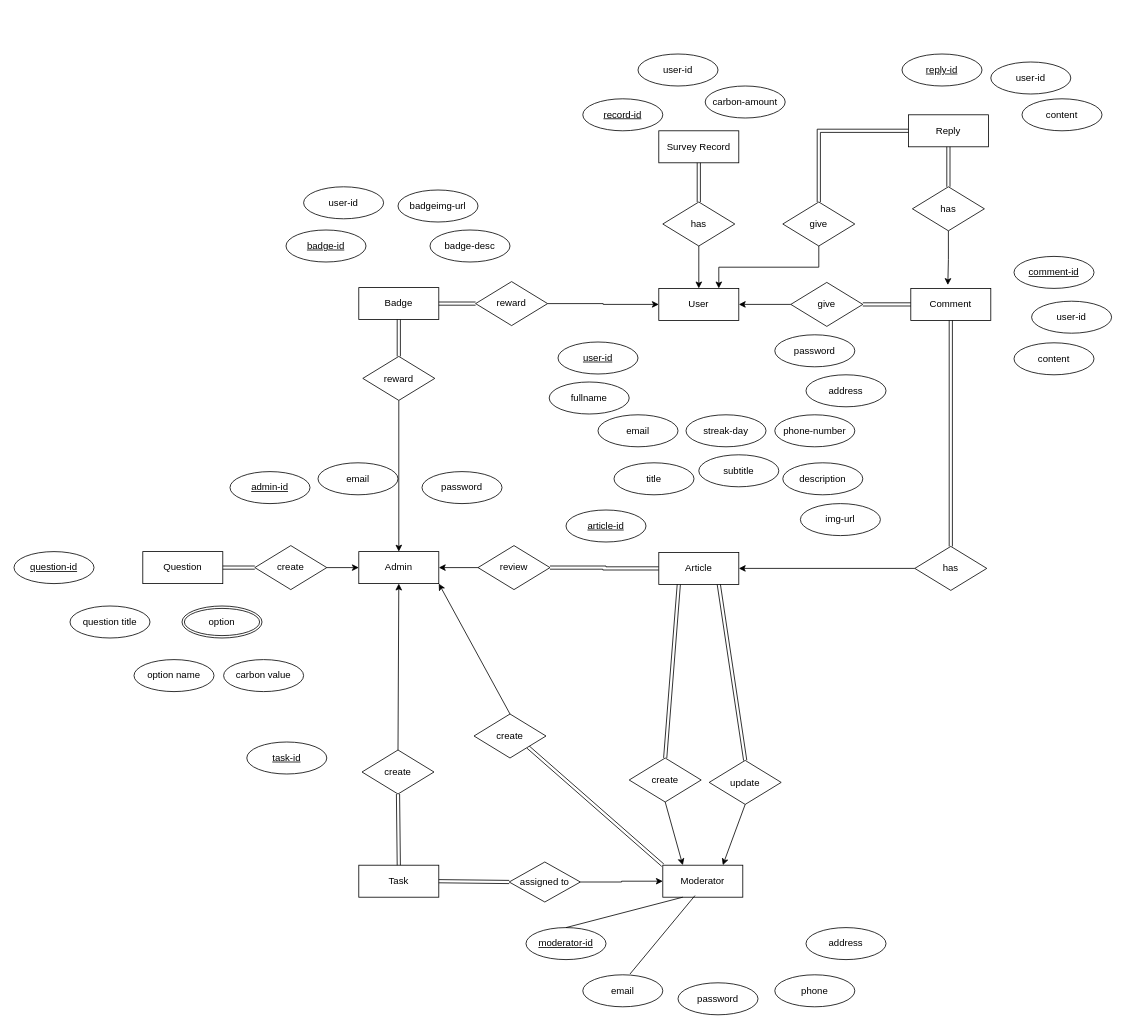
This is carbonTracker.drawio from NoelPOS/carbon-tracker, a draw.io file, before an edit. Source tidied: cells renumbered, new cells numbered last; positions are measured from the earlier drawing's top-left corner, leaving out a move shared by most shapes. Both pictures are drawn from the tidied source at 80%, with x=0, y=0 at pixel (14, 54).
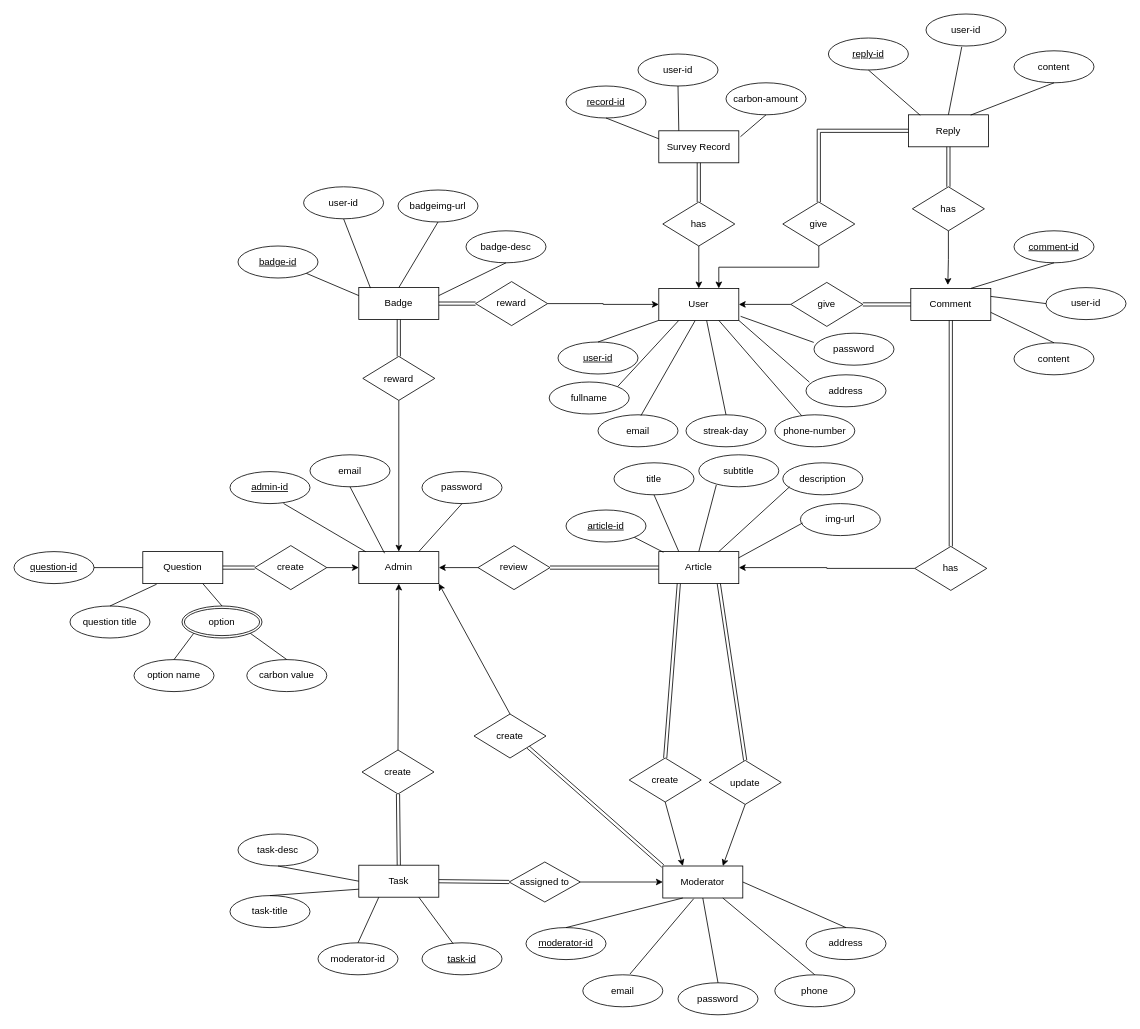
The same page after the edit.

The change refers to these unchanged cells:
```xml
<mxCell id="2" value="Admin" style="whiteSpace=wrap;html=1;align=center;" parent="1" vertex="1">
<mxCell id="3" value="Question" style="whiteSpace=wrap;html=1;align=center;" parent="1" vertex="1">
<mxCell id="8" value="Task" style="whiteSpace=wrap;html=1;align=center;" parent="1" vertex="1">
<mxCell id="28" value="Badge" style="whiteSpace=wrap;html=1;align=center;" parent="1" vertex="1">
<mxCell id="30" value="User" style="whiteSpace=wrap;html=1;align=center;" parent="1" vertex="1">
<mxCell id="34" value="Survey Record" style="whiteSpace=wrap;html=1;align=center;" parent="1" vertex="1">
<mxCell id="38" value="Comment" style="whiteSpace=wrap;html=1;align=center;" parent="1" vertex="1">
<mxCell id="45" value="Reply" style="whiteSpace=wrap;html=1;align=center;" parent="1" vertex="1">
<mxCell id="54" value="question-id" style="ellipse;whiteSpace=wrap;html=1;align=center;fontStyle=4;" parent="1" vertex="1">
<mxCell id="55" value="article-id" style="ellipse;whiteSpace=wrap;html=1;align=center;fontStyle=4;" parent="1" vertex="1">
<mxCell id="59" value="user-id" style="ellipse;whiteSpace=wrap;html=1;align=center;fontStyle=4;" parent="1" vertex="1">
<mxCell id="61" value="admin-id" style="ellipse;whiteSpace=wrap;html=1;align=center;fontStyle=4;" parent="1" vertex="1">
<mxCell id="63" value="address" style="ellipse;whiteSpace=wrap;html=1;align=center;" parent="1" vertex="1">
<mxCell id="65" value="fullname" style="ellipse;whiteSpace=wrap;html=1;align=center;" parent="1" vertex="1">
<mxCell id="66" value="email" style="ellipse;whiteSpace=wrap;html=1;align=center;" parent="1" vertex="1">
<mxCell id="68" value="title" style="ellipse;whiteSpace=wrap;html=1;align=center;" parent="1" vertex="1">
<mxCell id="69" value="subtitle" style="ellipse;whiteSpace=wrap;html=1;align=center;" parent="1" vertex="1">
<mxCell id="70" value="description" style="ellipse;whiteSpace=wrap;html=1;align=center;" parent="1" vertex="1">
<mxCell id="71" value="img-url" style="ellipse;whiteSpace=wrap;html=1;align=center;" parent="1" vertex="1">
<mxCell id="72" value="address" style="ellipse;whiteSpace=wrap;html=1;align=center;" parent="1" vertex="1">
<mxCell id="73" value="question title" style="ellipse;whiteSpace=wrap;html=1;align=center;" parent="1" vertex="1">
<mxCell id="74" value="option" style="ellipse;shape=doubleEllipse;margin=3;whiteSpace=wrap;html=1;align=center;" parent="1" vertex="1">
<mxCell id="75" value="option name" style="ellipse;whiteSpace=wrap;html=1;align=center;" parent="1" vertex="1">
<mxCell id="77" value="phone-number" style="ellipse;whiteSpace=wrap;html=1;align=center;" parent="1" vertex="1">
<mxCell id="78" value="streak-day" style="ellipse;whiteSpace=wrap;html=1;align=center;" parent="1" vertex="1">
<mxCell id="79" value="password" style="ellipse;whiteSpace=wrap;html=1;align=center;" parent="1" vertex="1">
<mxCell id="80" value="phone" style="ellipse;whiteSpace=wrap;html=1;align=center;" parent="1" vertex="1">
<mxCell id="85" value="password" style="ellipse;whiteSpace=wrap;html=1;align=center;" parent="1" vertex="1">
<mxCell id="88" value="content" style="ellipse;whiteSpace=wrap;html=1;align=center;" parent="1" vertex="1">
<mxCell id="91" value="user-id" style="ellipse;whiteSpace=wrap;html=1;align=center;" parent="1" vertex="1">
<mxCell id="94" value="badgeimg-url" style="ellipse;whiteSpace=wrap;html=1;align=center;" parent="1" vertex="1">
<mxCell id="95" value="user-id" style="ellipse;whiteSpace=wrap;html=1;align=center;" parent="1" vertex="1">
```

What changed in the source:
```diff
@@
     <mxCell id="13" value="Article" style="whiteSpace=wrap;html=1;align=center;" parent="1" vertex="1">
-      <mxGeometry x="806" y="623" width="100" height="40" as="geometry" />
+      <mxGeometry x="806" y="622" width="100" height="40" as="geometry" />
     </mxCell>
@@
     <mxCell id="16" value="Moderator" style="whiteSpace=wrap;html=1;align=center;" parent="1" vertex="1">
-      <mxGeometry x="811" y="1014" width="100" height="40" as="geometry" />
+      <mxGeometry x="811" y="1015" width="100" height="40" as="geometry" />
     </mxCell>
@@
     <mxCell id="53" value="task-id" style="ellipse;whiteSpace=wrap;html=1;align=center;fontStyle=4;" parent="1" vertex="1">
-      <mxGeometry x="291" y="860" width="100" height="40" as="geometry" />
+      <mxGeometry x="510" y="1111" width="100" height="40" as="geometry" />
     </mxCell>
@@
     <mxCell id="56" value="comment-id" style="ellipse;whiteSpace=wrap;html=1;align=center;fontStyle=4;" parent="1" vertex="1">
-      <mxGeometry x="1250" y="253" width="100" height="40" as="geometry" />
+      <mxGeometry x="1250" y="221" width="100" height="40" as="geometry" />
     </mxCell>
     <mxCell id="57" value="reply-id" style="ellipse;whiteSpace=wrap;html=1;align=center;fontStyle=4;" parent="1" vertex="1">
-      <mxGeometry x="1110" width="100" height="40" as="geometry" />
+      <mxGeometry x="1018" y="-20" width="100" height="40" as="geometry" />
     </mxCell>
     <mxCell id="58" value="record-id" style="ellipse;whiteSpace=wrap;html=1;align=center;fontStyle=4;" parent="1" vertex="1">
-      <mxGeometry x="711" y="56" width="100" height="40" as="geometry" />
+      <mxGeometry x="690" y="40" width="100" height="40" as="geometry" />
     </mxCell>
@@
     <mxCell id="60" value="badge-id" style="ellipse;whiteSpace=wrap;html=1;align=center;fontStyle=4;" parent="1" vertex="1">
-      <mxGeometry x="340" y="220" width="100" height="40" as="geometry" />
+      <mxGeometry x="280" y="240" width="100" height="40" as="geometry" />
     </mxCell>
@@
     <mxCell id="67" value="password" style="ellipse;whiteSpace=wrap;html=1;align=center;" parent="1" vertex="1">
-      <mxGeometry x="951" y="351" width="100" height="40" as="geometry" />
+      <mxGeometry x="1000" y="349" width="100" height="40" as="geometry" />
     </mxCell>
@@
     <mxCell id="76" value="carbon value" style="ellipse;whiteSpace=wrap;html=1;align=center;" parent="1" vertex="1">
-      <mxGeometry x="262" y="757" width="100" height="40" as="geometry" />
+      <mxGeometry x="291" y="757" width="100" height="40" as="geometry" />
     </mxCell>
@@
     <mxCell id="84" value="email" style="ellipse;whiteSpace=wrap;html=1;align=center;" parent="1" vertex="1">
-      <mxGeometry x="380" y="511" width="100" height="40" as="geometry" />
+      <mxGeometry x="370" y="501" width="100" height="40" as="geometry" />
     </mxCell>
@@
-    <mxCell id="86" style="endArrow=none;html=1;rounded=0;entryX=0.402;entryY=0.95;entryDx=0;entryDy=0;entryPerimeter=0;" parent="1" edge="1" target="16">
+    <mxCell id="86" style="endArrow=none;html=1;rounded=0;entryX=0.386;entryY=1.022;entryDx=0;entryDy=0;entryPerimeter=0;" parent="1" edge="1" target="16">
       <mxGeometry relative="1" as="geometry">
         <mxPoint x="770" y="1150" as="sourcePoint" />
       </mxGeometry>
     </mxCell>
     <mxCell id="87" value="user-id" style="ellipse;whiteSpace=wrap;html=1;align=center;" parent="1" vertex="1">
-      <mxGeometry x="1272" y="309" width="100" height="40" as="geometry" />
+      <mxGeometry x="1290" y="292" width="100" height="40" as="geometry" />
     </mxCell>
@@
     <mxCell id="89" value="user-id" style="ellipse;whiteSpace=wrap;html=1;align=center;" parent="1" vertex="1">
-      <mxGeometry x="1221" y="10" width="100" height="40" as="geometry" />
+      <mxGeometry x="1140" y="-50" width="100" height="40" as="geometry" />
     </mxCell>
     <mxCell id="90" value="content" style="ellipse;whiteSpace=wrap;html=1;align=center;" parent="1" vertex="1">
-      <mxGeometry x="1260" y="56" width="100" height="40" as="geometry" />
+      <mxGeometry x="1250" y="-4" width="100" height="40" as="geometry" />
     </mxCell>
@@
     <mxCell id="92" value="carbon-amount" style="ellipse;whiteSpace=wrap;html=1;align=center;" parent="1" vertex="1">
-      <mxGeometry x="864" y="40" width="100" height="40" as="geometry" />
+      <mxGeometry x="890" y="36" width="100" height="40" as="geometry" />
     </mxCell>
     <mxCell id="93" value="badge-desc" style="ellipse;whiteSpace=wrap;html=1;align=center;" parent="1" vertex="1">
-      <mxGeometry x="520" y="220" width="100" height="40" as="geometry" />
+      <mxGeometry x="565" y="221" width="100" height="40" as="geometry" />
     </mxCell>
@@
+    <mxCell id="96" style="endArrow=none;html=1;rounded=0;entryX=0.5;entryY=1;entryDx=0;entryDy=0;exitX=0.5;exitY=0;exitDx=0;exitDy=0;" parent="1" edge="1" source="79" target="16">
+      <mxGeometry relative="1" as="geometry" />
+    </mxCell>
+    <mxCell id="97" style="endArrow=none;html=1;rounded=0;entryX=0.75;entryY=1;entryDx=0;entryDy=0;exitX=0.5;exitY=0;exitDx=0;exitDy=0;" parent="1" edge="1" source="80" target="16">
+      <mxGeometry relative="1" as="geometry" />
+    </mxCell>
+    <mxCell id="98" style="endArrow=none;html=1;rounded=0;entryX=1;entryY=0.5;entryDx=0;entryDy=0;exitX=0.5;exitY=0;exitDx=0;exitDy=0;" parent="1" edge="1" source="63" target="16">
+      <mxGeometry relative="1" as="geometry" />
+    </mxCell>
+    <mxCell id="99" style="endArrow=none;html=1;rounded=0;entryX=0.75;entryY=1;entryDx=0;entryDy=0;exitX=0.5;exitY=0;exitDx=0;exitDy=0;" parent="1" edge="1" source="74" target="3">
+      <mxGeometry relative="1" as="geometry" />
+    </mxCell>
+    <mxCell id="100" style="endArrow=none;html=1;rounded=0;entryX=1;entryY=0.5;entryDx=0;entryDy=0;exitX=0;exitY=0.5;exitDx=0;exitDy=0;" parent="1" edge="1" source="3" target="54">
+      <mxGeometry relative="1" as="geometry" />
+    </mxCell>
+    <mxCell id="101" style="endArrow=none;html=1;rounded=0;entryX=0.5;entryY=0;entryDx=0;entryDy=0;exitX=0.173;exitY=1.019;exitDx=0;exitDy=0;exitPerimeter=0;" parent="1" edge="1" source="3" target="73">
+      <mxGeometry relative="1" as="geometry" />
+    </mxCell>
+    <mxCell id="102" style="endArrow=none;html=1;rounded=0;entryX=0.5;entryY=0;entryDx=0;entryDy=0;exitX=0;exitY=1;exitDx=0;exitDy=0;" parent="1" edge="1" source="74" target="75">
+      <mxGeometry relative="1" as="geometry" />
+    </mxCell>
+    <mxCell id="103" style="endArrow=none;html=1;rounded=0;entryX=1;entryY=1;entryDx=0;entryDy=0;exitX=0.5;exitY=0;exitDx=0;exitDy=0;" parent="1" edge="1" source="76" target="74">
+      <mxGeometry relative="1" as="geometry" />
+    </mxCell>
+    <mxCell id="104" style="endArrow=none;html=1;rounded=0;entryX=1;entryY=1;entryDx=0;entryDy=0;exitX=0.058;exitY=0.021;exitDx=0;exitDy=0;exitPerimeter=0;" parent="1" edge="1" source="13" target="55">
+      <mxGeometry relative="1" as="geometry" />
+    </mxCell>
+    <mxCell id="105" style="endArrow=none;html=1;rounded=0;entryX=0.5;entryY=1;entryDx=0;entryDy=0;exitX=0.25;exitY=0;exitDx=0;exitDy=0;" parent="1" edge="1" source="13" target="68">
+      <mxGeometry relative="1" as="geometry" />
+    </mxCell>
+    <mxCell id="106" style="endArrow=none;html=1;rounded=0;entryX=0.219;entryY=0.942;entryDx=0;entryDy=0;exitX=0.5;exitY=0;exitDx=0;exitDy=0;entryPerimeter=0;" parent="1" edge="1" source="13" target="69">
+      <mxGeometry relative="1" as="geometry" />
+    </mxCell>
+    <mxCell id="107" style="endArrow=none;html=1;rounded=0;entryX=0.087;entryY=0.746;entryDx=0;entryDy=0;exitX=0.75;exitY=0;exitDx=0;exitDy=0;entryPerimeter=0;" parent="1" edge="1" source="13" target="70">
+      <mxGeometry relative="1" as="geometry" />
+    </mxCell>
+    <mxCell id="108" style="endArrow=none;html=1;rounded=0;entryX=0.028;entryY=0.605;entryDx=0;entryDy=0;exitX=0.996;exitY=0.199;exitDx=0;exitDy=0;entryPerimeter=0;exitPerimeter=0;" parent="1" edge="1" source="13" target="71">
+      <mxGeometry relative="1" as="geometry" />
+    </mxCell>
+    <mxCell id="109" style="endArrow=none;html=1;rounded=0;entryX=0.5;entryY=0;entryDx=0;entryDy=0;exitX=0;exitY=1;exitDx=0;exitDy=0;" parent="1" edge="1" source="30" target="59">
+      <mxGeometry relative="1" as="geometry" />
+    </mxCell>
+    <mxCell id="110" style="endArrow=none;html=1;rounded=0;entryX=1;entryY=0;entryDx=0;entryDy=0;exitX=0.25;exitY=1;exitDx=0;exitDy=0;" parent="1" edge="1" source="30" target="65">
+      <mxGeometry relative="1" as="geometry" />
+    </mxCell>
+    <mxCell id="111" style="endArrow=none;html=1;rounded=0;exitX=0.454;exitY=1.008;exitDx=0;exitDy=0;exitPerimeter=0;entryX=0.537;entryY=0.025;entryDx=0;entryDy=0;entryPerimeter=0;" parent="1" edge="1" source="30" target="66">
+      <mxGeometry relative="1" as="geometry" />
+    </mxCell>
+    <mxCell id="112" style="endArrow=none;html=1;rounded=0;entryX=0.5;entryY=0;entryDx=0;entryDy=0;exitX=0.598;exitY=1.003;exitDx=0;exitDy=0;exitPerimeter=0;" parent="1" edge="1" source="30" target="78">
+      <mxGeometry relative="1" as="geometry" />
+    </mxCell>
+    <mxCell id="113" style="endArrow=none;html=1;rounded=0;exitX=0.75;exitY=1;exitDx=0;exitDy=0;" parent="1" edge="1" source="30" target="77">
+      <mxGeometry relative="1" as="geometry" />
+    </mxCell>
+    <mxCell id="114" style="endArrow=none;html=1;rounded=0;entryX=0.042;entryY=0.229;entryDx=0;entryDy=0;exitX=1;exitY=1;exitDx=0;exitDy=0;entryPerimeter=0;" parent="1" edge="1" source="30" target="72">
+      <mxGeometry relative="1" as="geometry" />
+    </mxCell>
+    <mxCell id="115" style="endArrow=none;html=1;rounded=0;entryX=1.023;entryY=0.873;entryDx=0;entryDy=0;exitX=-0.003;exitY=0.288;exitDx=0;exitDy=0;exitPerimeter=0;entryPerimeter=0;" parent="1" edge="1" source="67" target="30">
+      <mxGeometry relative="1" as="geometry" />
+    </mxCell>
+    <mxCell id="116" style="endArrow=none;html=1;rounded=0;entryX=0.669;entryY=0.996;entryDx=0;entryDy=0;exitX=0.087;exitY=0.004;exitDx=0;exitDy=0;exitPerimeter=0;entryPerimeter=0;" parent="1" edge="1" source="2" target="61">
+      <mxGeometry relative="1" as="geometry" />
+    </mxCell>
+    <mxCell id="117" style="endArrow=none;html=1;rounded=0;entryX=0.5;entryY=1;entryDx=0;entryDy=0;exitX=0.322;exitY=0.051;exitDx=0;exitDy=0;exitPerimeter=0;" parent="1" edge="1" source="2" target="84">
+      <mxGeometry relative="1" as="geometry" />
+    </mxCell>
+    <mxCell id="118" style="endArrow=none;html=1;rounded=0;entryX=0.5;entryY=1;entryDx=0;entryDy=0;exitX=0.75;exitY=0;exitDx=0;exitDy=0;" parent="1" edge="1" source="2" target="85">
+      <mxGeometry relative="1" as="geometry" />
+    </mxCell>
+    <mxCell id="119" style="endArrow=none;html=1;rounded=0;entryX=1;entryY=1;entryDx=0;entryDy=0;exitX=0;exitY=0.25;exitDx=0;exitDy=0;" parent="1" edge="1" source="28" target="60">
+      <mxGeometry relative="1" as="geometry" />
+    </mxCell>
+    <mxCell id="120" style="endArrow=none;html=1;rounded=0;entryX=0.5;entryY=1;entryDx=0;entryDy=0;exitX=0.146;exitY=0.016;exitDx=0;exitDy=0;exitPerimeter=0;" parent="1" edge="1" source="28" target="95">
+      <mxGeometry relative="1" as="geometry" />
+    </mxCell>
+    <mxCell id="121" style="endArrow=none;html=1;rounded=0;entryX=0.5;entryY=1;entryDx=0;entryDy=0;exitX=0.5;exitY=0;exitDx=0;exitDy=0;" parent="1" edge="1" source="28" target="94">
+      <mxGeometry relative="1" as="geometry" />
+    </mxCell>
+    <mxCell id="122" style="endArrow=none;html=1;rounded=0;entryX=0.5;entryY=1;entryDx=0;entryDy=0;exitX=1;exitY=0.25;exitDx=0;exitDy=0;" parent="1" edge="1" source="28" target="93">
+      <mxGeometry relative="1" as="geometry" />
+    </mxCell>
+    <mxCell id="123" style="endArrow=none;html=1;rounded=0;entryX=0.5;entryY=1;entryDx=0;entryDy=0;exitX=0;exitY=0.25;exitDx=0;exitDy=0;" parent="1" edge="1" source="34" target="58">
+      <mxGeometry relative="1" as="geometry" />
+    </mxCell>
+    <mxCell id="124" style="endArrow=none;html=1;rounded=0;entryX=0.5;entryY=1;entryDx=0;entryDy=0;exitX=0.25;exitY=0;exitDx=0;exitDy=0;" parent="1" edge="1" source="34" target="91">
+      <mxGeometry relative="1" as="geometry" />
+    </mxCell>
+    <mxCell id="125" style="endArrow=none;html=1;rounded=0;entryX=1.021;entryY=0.184;entryDx=0;entryDy=0;exitX=0.5;exitY=1;exitDx=0;exitDy=0;entryPerimeter=0;" parent="1" edge="1" source="92" target="34">
+      <mxGeometry relative="1" as="geometry" />
+    </mxCell>
+    <mxCell id="126" style="endArrow=none;html=1;rounded=0;entryX=0.5;entryY=1;entryDx=0;entryDy=0;exitX=0.148;exitY=0.015;exitDx=0;exitDy=0;exitPerimeter=0;" parent="1" edge="1" source="45" target="57">
+      <mxGeometry relative="1" as="geometry" />
+    </mxCell>
+    <mxCell id="127" style="endArrow=none;html=1;rounded=0;entryX=0.447;entryY=1.027;entryDx=0;entryDy=0;exitX=0.5;exitY=0;exitDx=0;exitDy=0;entryPerimeter=0;" parent="1" edge="1" source="45" target="89">
+      <mxGeometry relative="1" as="geometry" />
+    </mxCell>
+    <mxCell id="128" style="endArrow=none;html=1;rounded=0;entryX=0.779;entryY=0.008;entryDx=0;entryDy=0;exitX=0.5;exitY=1;exitDx=0;exitDy=0;entryPerimeter=0;" parent="1" edge="1" source="90" target="45">
+      <mxGeometry relative="1" as="geometry" />
+    </mxCell>
+    <mxCell id="129" style="endArrow=none;html=1;rounded=0;entryX=1;entryY=0.75;entryDx=0;entryDy=0;exitX=0.5;exitY=0;exitDx=0;exitDy=0;" parent="1" edge="1" source="88" target="38">
+      <mxGeometry relative="1" as="geometry" />
+    </mxCell>
+    <mxCell id="130" style="endArrow=none;html=1;rounded=0;entryX=1;entryY=0.25;entryDx=0;entryDy=0;exitX=0;exitY=0.5;exitDx=0;exitDy=0;" parent="1" edge="1" source="87" target="38">
+      <mxGeometry relative="1" as="geometry" />
+    </mxCell>
+    <mxCell id="131" style="endArrow=none;html=1;rounded=0;entryX=0.75;entryY=0;entryDx=0;entryDy=0;exitX=0.5;exitY=1;exitDx=0;exitDy=0;" parent="1" edge="1" source="56" target="38">
+      <mxGeometry relative="1" as="geometry" />
+    </mxCell>
+    <mxCell id="132" value="task-desc" style="ellipse;whiteSpace=wrap;html=1;align=center;" parent="1" vertex="1">
+      <mxGeometry x="280" y="975" width="100" height="40" as="geometry" />
+    </mxCell>
+    <mxCell id="133" value="moderator-id" style="ellipse;whiteSpace=wrap;html=1;align=center;" parent="1" vertex="1">
+      <mxGeometry x="380" y="1111" width="100" height="40" as="geometry" />
+    </mxCell>
+    <mxCell id="134" value="task-title" style="ellipse;whiteSpace=wrap;html=1;align=center;" parent="1" vertex="1">
+      <mxGeometry x="270" y="1052" width="100" height="40" as="geometry" />
+    </mxCell>
+    <mxCell id="135" style="endArrow=none;html=1;rounded=0;entryX=0;entryY=0.5;entryDx=0;entryDy=0;exitX=0.5;exitY=1;exitDx=0;exitDy=0;" parent="1" edge="1" source="132" target="8">
+      <mxGeometry relative="1" as="geometry" />
+    </mxCell>
+    <mxCell id="136" style="endArrow=none;html=1;rounded=0;entryX=0;entryY=0.75;entryDx=0;entryDy=0;exitX=0.5;exitY=0;exitDx=0;exitDy=0;" parent="1" edge="1" source="134" target="8">
+      <mxGeometry relative="1" as="geometry" />
+    </mxCell>
+    <mxCell id="137" style="endArrow=none;html=1;rounded=0;entryX=0.25;entryY=1;entryDx=0;entryDy=0;exitX=0.5;exitY=0;exitDx=0;exitDy=0;" parent="1" edge="1" source="133" target="8">
+      <mxGeometry relative="1" as="geometry" />
+    </mxCell>
+    <mxCell id="138" style="endArrow=none;html=1;rounded=0;entryX=0.75;entryY=1;entryDx=0;entryDy=0;exitX=0.389;exitY=0.027;exitDx=0;exitDy=0;exitPerimeter=0;" parent="1" edge="1" source="53" target="8">
+      <mxGeometry relative="1" as="geometry" />
+    </mxCell>
```
